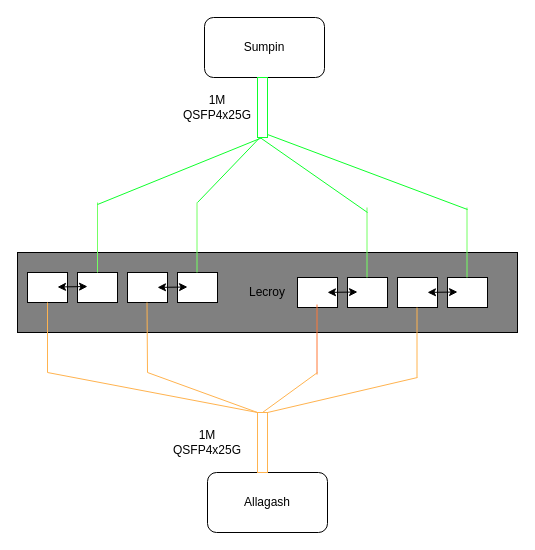
The draw.io diagram LeCroy Connection.drawio in kongzhongfeima/draw_io, before the edit. Source tidied: cells renumbered, new cells numbered last; positions are measured from the earlier drawing's top-left corner, leaving out a move shared by most shapes. Both pictures are drawn from the tidied source at 100%, with x=0, y=0 at pixel (17, 17).
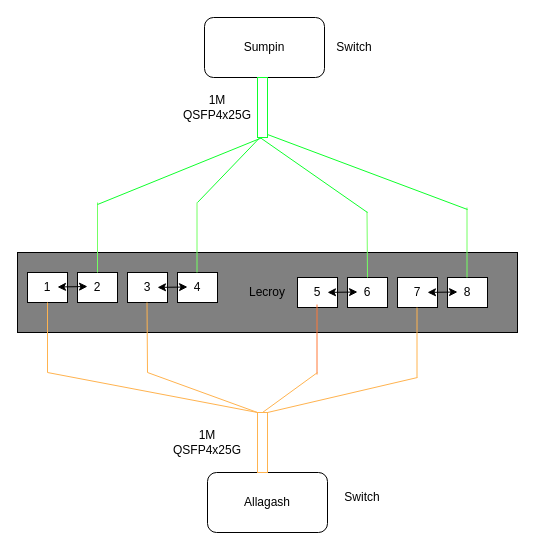
The same page after the edit.

Change to the diagram source:
```diff
@@
-    <mxCell id="3" style="rounded=0;whiteSpace=wrap;html=1;" parent="1" vertex="1">
+    <mxCell id="3" value="1" style="rounded=0;whiteSpace=wrap;html=1;" parent="1" vertex="1">
       <mxGeometry x="10" y="255" width="40" height="30" as="geometry" />
     </mxCell>
-    <mxCell id="4" style="rounded=0;whiteSpace=wrap;html=1;" parent="1" vertex="1">
+    <mxCell id="4" value="3" style="rounded=0;whiteSpace=wrap;html=1;" parent="1" vertex="1">
       <mxGeometry x="110" y="255" width="40" height="30" as="geometry" />
     </mxCell>
-    <mxCell id="5" style="rounded=0;whiteSpace=wrap;html=1;" parent="1" vertex="1">
+    <mxCell id="5" value="2" style="rounded=0;whiteSpace=wrap;html=1;" parent="1" vertex="1">
       <mxGeometry x="60" y="255" width="40" height="30" as="geometry" />
     </mxCell>
-    <mxCell id="6" style="rounded=0;whiteSpace=wrap;html=1;" parent="1" vertex="1">
+    <mxCell id="6" value="4" style="rounded=0;whiteSpace=wrap;html=1;" parent="1" vertex="1">
       <mxGeometry x="160" y="255" width="40" height="30" as="geometry" />
     </mxCell>
-    <mxCell id="7" style="rounded=0;whiteSpace=wrap;html=1;" parent="1" vertex="1">
+    <mxCell id="7" value="5" style="rounded=0;whiteSpace=wrap;html=1;" parent="1" vertex="1">
       <mxGeometry x="280" y="260" width="40" height="30" as="geometry" />
     </mxCell>
-    <mxCell id="8" style="rounded=0;whiteSpace=wrap;html=1;" parent="1" vertex="1">
+    <mxCell id="8" value="7" style="rounded=0;whiteSpace=wrap;html=1;" parent="1" vertex="1">
       <mxGeometry x="380" y="260" width="40" height="30" as="geometry" />
     </mxCell>
-    <mxCell id="9" style="rounded=0;whiteSpace=wrap;html=1;" parent="1" vertex="1">
+    <mxCell id="9" value="6" style="rounded=0;whiteSpace=wrap;html=1;" parent="1" vertex="1">
       <mxGeometry x="330" y="260" width="40" height="30" as="geometry" />
     </mxCell>
-    <mxCell id="10" style="rounded=0;whiteSpace=wrap;html=1;" parent="1" vertex="1">
+    <mxCell id="10" value="8" style="rounded=0;whiteSpace=wrap;html=1;" parent="1" vertex="1">
       <mxGeometry x="430" y="260" width="40" height="30" as="geometry" />
     </mxCell>
@@
-    <mxCell id="22" style="endArrow=none;html=1;rounded=0;strokeColor=#73FF63;" parent="1" edge="1">
+    <mxCell id="22" style="endArrow=none;html=1;rounded=0;strokeColor=#73FF63;exitX=0.5;exitY=0;exitDx=0;exitDy=0;" parent="1" edge="1" source="9">
       <mxGeometry relative="1" as="geometry">
-        <mxPoint x="349.5" y="260" as="sourcePoint" />
-        <mxPoint x="349.5" y="190" as="targetPoint" />
+        <mxPoint x="349.5" y="194" as="targetPoint" />
       </mxGeometry>
     </mxCell>
@@
+    <mxCell id="37" value="Switch" style="text;html=1;whiteSpace=wrap;strokeColor=none;fillColor=none;align=center;verticalAlign=middle;rounded=0;" parent="1" vertex="1">
+      <mxGeometry x="307" y="15" width="60" height="30" as="geometry" />
+    </mxCell>
+    <mxCell id="38" value="Switch" style="text;html=1;whiteSpace=wrap;strokeColor=none;fillColor=none;align=center;verticalAlign=middle;rounded=0;" parent="1" vertex="1">
+      <mxGeometry x="315" y="465" width="60" height="30" as="geometry" />
+    </mxCell>
```
